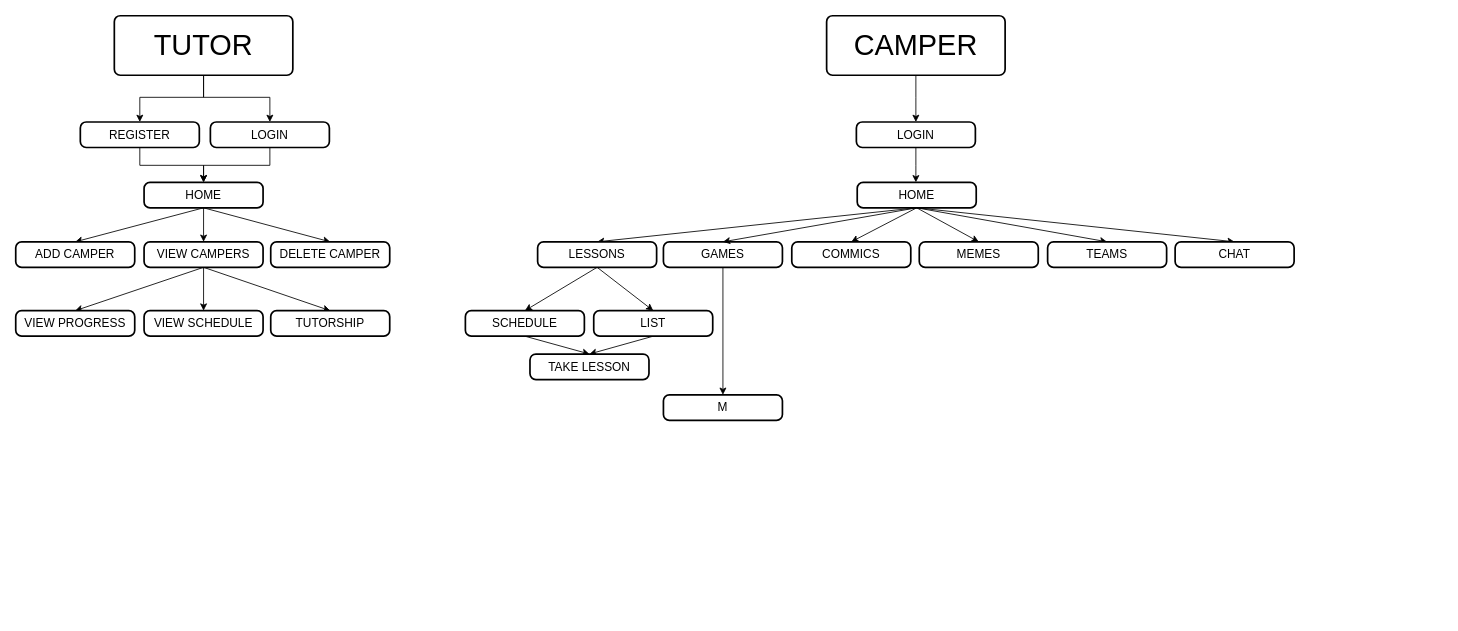
OneLifeDesigning/wellness-api keeps this draw.io diagram as bin/Tutor-flowwork.drawio. Above is the earlier version. Source tidied: cells renumbered, new cells numbered last; positions are measured from the earlier drawing's top-left corner, leaving out a move shared by most shapes. Both pictures are drawn from the tidied source at 85%, with x=0, y=0 at pixel (15, 15).
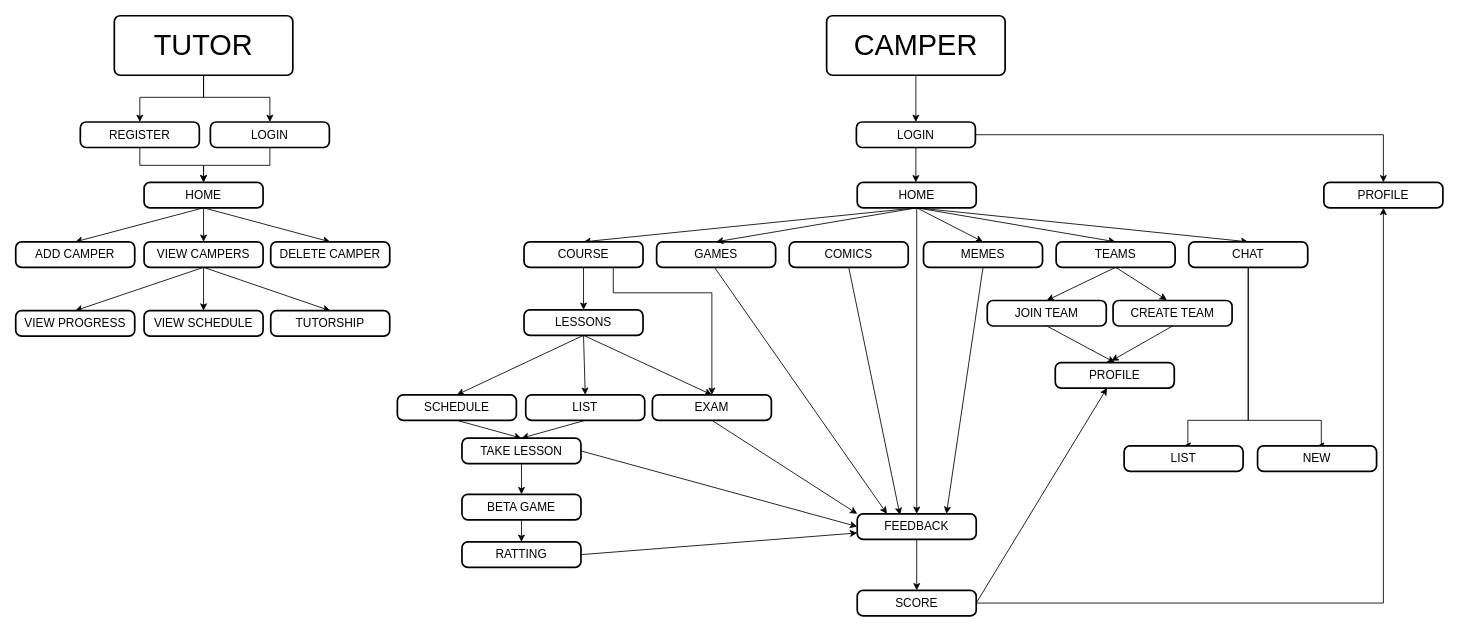
After the change.

The change refers to these unchanged cells:
```xml
<mxCell id="37" value="&lt;font style=&quot;font-size: 14px&quot;&gt;LOGIN&lt;/font&gt;" style="rounded=1;whiteSpace=wrap;html=1;absoluteArcSize=1;arcSize=14;strokeWidth=2;" parent="1" vertex="1">
  <mxGeometry x="989" y="125" width="140" height="30" as="geometry" />
</mxCell>
```

Diff of the diagram source:
```diff
@@
+    <mxCell id="48" style="edgeStyle=none;rounded=0;jettySize=auto;html=1;exitX=0.5;exitY=1;exitDx=0;exitDy=0;entryX=0.5;entryY=0;entryDx=0;entryDy=0;" parent="1" edge="1" source="2" target="75">
+      <mxGeometry relative="1" as="geometry" />
+    </mxCell>
-    <mxCell id="2" value="&lt;span style=&quot;font-size: 14px&quot;&gt;COMMICS&lt;/span&gt;" style="rounded=1;whiteSpace=wrap;html=1;absoluteArcSize=1;arcSize=14;strokeWidth=2;" parent="1" vertex="1">
-      <mxGeometry x="913" y="266" width="140" height="30" as="geometry" />
+    <mxCell id="2" value="&lt;span style=&quot;font-size: 14px&quot;&gt;FEEDBACK&lt;/span&gt;" style="rounded=1;whiteSpace=wrap;html=1;absoluteArcSize=1;arcSize=14;strokeWidth=2;" parent="1" vertex="1">
+      <mxGeometry x="990" y="586" width="140" height="30" as="geometry" />
     </mxCell>
-    <mxCell id="3" style="edgeStyle=none;rounded=0;jettySize=auto;html=1;exitX=0.5;exitY=1;exitDx=0;exitDy=0;entryX=0.5;entryY=0;entryDx=0;entryDy=0;" parent="1" edge="1" source="45" target="41">
+    <mxCell id="3" style="edgeStyle=none;rounded=0;jettySize=auto;html=1;exitX=0.5;exitY=1;exitDx=0;exitDy=0;entryX=0.5;entryY=0;entryDx=0;entryDy=0;" parent="1" edge="1" source="68" target="41">
       <mxGeometry relative="1" as="geometry" />
     </mxCell>
-    <mxCell id="4" style="edgeStyle=none;rounded=0;jettySize=auto;html=1;exitX=0.5;exitY=1;exitDx=0;exitDy=0;entryX=0.5;entryY=0;entryDx=0;entryDy=0;" parent="1" edge="1" source="5" target="47">
-      <mxGeometry relative="1" as="geometry" />
+    <mxCell id="4" style="edgeStyle=none;rounded=0;jettySize=auto;html=1;exitX=0.5;exitY=1;exitDx=0;exitDy=0;entryX=0.25;entryY=0;entryDx=0;entryDy=0;" parent="1" edge="1" target="2">
+      <mxGeometry relative="1" as="geometry">
+        <mxPoint x="822" y="296" as="sourcePoint" />
+      </mxGeometry>
     </mxCell>
     <mxCell id="5" value="&lt;span style=&quot;font-size: 14px&quot;&gt;GAMES&lt;/span&gt;" style="rounded=1;whiteSpace=wrap;html=1;absoluteArcSize=1;arcSize=14;strokeWidth=2;" parent="1" vertex="1">
-      <mxGeometry x="762" y="266" width="140" height="30" as="geometry" />
+      <mxGeometry x="754" y="266" width="140" height="30" as="geometry" />
     </mxCell>
@@
+    <mxCell id="49" style="edgeStyle=none;rounded=0;jettySize=auto;html=1;exitX=0.5;exitY=1;exitDx=0;exitDy=0;entryX=0.75;entryY=0;entryDx=0;entryDy=0;" parent="1" edge="1" source="34" target="2">
+      <mxGeometry relative="1" as="geometry" />
+    </mxCell>
     <mxCell id="34" value="&lt;span style=&quot;font-size: 14px&quot;&gt;MEMES&lt;/span&gt;" style="rounded=1;whiteSpace=wrap;html=1;absoluteArcSize=1;arcSize=14;strokeWidth=2;verticalAlign=middle;" parent="1" vertex="1">
-      <mxGeometry x="1063" y="266" width="140" height="30" as="geometry" />
+      <mxGeometry x="1068" y="266" width="140" height="30" as="geometry" />
     </mxCell>
+    <mxCell id="50" style="edgeStyle=none;rounded=0;jettySize=auto;html=1;exitX=0.5;exitY=1;exitDx=0;exitDy=0;entryX=0.5;entryY=0;entryDx=0;entryDy=0;" parent="1" edge="1" source="35" target="63">
+      <mxGeometry relative="1" as="geometry" />
+    </mxCell>
+    <mxCell id="51" style="edgeStyle=none;rounded=0;jettySize=auto;html=1;exitX=0.5;exitY=1;exitDx=0;exitDy=0;entryX=0.452;entryY=-0.018;entryDx=0;entryDy=0;entryPerimeter=0;" parent="1" edge="1" source="35" target="65">
+      <mxGeometry relative="1" as="geometry" />
+    </mxCell>
     <mxCell id="35" value="&lt;span style=&quot;font-size: 14px&quot;&gt;TEAMS&lt;/span&gt;" style="rounded=1;whiteSpace=wrap;html=1;absoluteArcSize=1;arcSize=14;strokeWidth=2;" parent="1" vertex="1">
-      <mxGeometry x="1214" y="266" width="140" height="30" as="geometry" />
+      <mxGeometry x="1224" y="266" width="140" height="30" as="geometry" />
     </mxCell>
@@
+    <mxCell id="52" style="edgeStyle=orthogonalEdgeStyle;rounded=0;jettySize=auto;html=1;exitX=1;exitY=0.5;exitDx=0;exitDy=0;entryX=0.5;entryY=0;entryDx=0;entryDy=0;" parent="1" edge="1" source="37" target="77">
+      <mxGeometry relative="1" as="geometry" />
+    </mxCell>
@@
+    <mxCell id="53" style="edgeStyle=orthogonalEdgeStyle;rounded=0;jettySize=auto;html=1;exitX=0.5;exitY=1;exitDx=0;exitDy=0;entryX=0.5;entryY=0;entryDx=0;entryDy=0;" parent="1" edge="1" source="38" target="78">
+      <mxGeometry relative="1" as="geometry">
+        <Array as="points">
+          <mxPoint x="1450" y="476" />
+          <mxPoint x="1379" y="476" />
+        </Array>
+      </mxGeometry>
+    </mxCell>
+    <mxCell id="54" style="edgeStyle=orthogonalEdgeStyle;rounded=0;jettySize=auto;html=1;exitX=0.5;exitY=1;exitDx=0;exitDy=0;entryX=0.5;entryY=0;entryDx=0;entryDy=0;" parent="1" edge="1" source="38" target="79">
+      <mxGeometry relative="1" as="geometry">
+        <Array as="points">
+          <mxPoint x="1450" y="476" />
+          <mxPoint x="1536" y="476" />
+        </Array>
+      </mxGeometry>
+    </mxCell>
     <mxCell id="38" value="&lt;span style=&quot;font-size: 14px&quot;&gt;CHAT&lt;/span&gt;" style="rounded=1;whiteSpace=wrap;html=1;absoluteArcSize=1;arcSize=14;strokeWidth=2;" parent="1" vertex="1">
-      <mxGeometry x="1364" y="266" width="140" height="30" as="geometry" />
+      <mxGeometry x="1380" y="266" width="140" height="30" as="geometry" />
     </mxCell>
@@
     <mxCell id="41" value="&lt;span style=&quot;font-size: 14px&quot;&gt;SCHEDULE&lt;/span&gt;" style="rounded=1;whiteSpace=wrap;html=1;absoluteArcSize=1;arcSize=14;strokeWidth=2;" parent="1" vertex="1">
-      <mxGeometry x="529" y="347" width="140" height="30" as="geometry" />
+      <mxGeometry x="449" y="446" width="140" height="30" as="geometry" />
     </mxCell>
@@
     <mxCell id="43" value="&lt;span style=&quot;font-size: 14px&quot;&gt;LIST&lt;/span&gt;" style="rounded=1;whiteSpace=wrap;html=1;absoluteArcSize=1;arcSize=14;strokeWidth=2;" parent="1" vertex="1">
-      <mxGeometry x="680" y="347" width="140" height="30" as="geometry" />
+      <mxGeometry x="600" y="446" width="140" height="30" as="geometry" />
     </mxCell>
-    <mxCell id="44" style="edgeStyle=none;rounded=0;jettySize=auto;html=1;exitX=0.5;exitY=1;exitDx=0;exitDy=0;entryX=0.5;entryY=0;entryDx=0;entryDy=0;" parent="1" edge="1" source="45" target="43">
+    <mxCell id="44" style="edgeStyle=none;rounded=0;jettySize=auto;html=1;exitX=0.5;exitY=1;exitDx=0;exitDy=0;entryX=0.5;entryY=0;entryDx=0;entryDy=0;" parent="1" edge="1" source="68" target="43">
       <mxGeometry relative="1" as="geometry" />
     </mxCell>
+    <mxCell id="55" style="edgeStyle=orthogonalEdgeStyle;rounded=0;jettySize=auto;html=1;exitX=0.75;exitY=1;exitDx=0;exitDy=0;" parent="1" edge="1" source="45" target="70">
+      <mxGeometry relative="1" as="geometry">
+        <Array as="points">
+          <mxPoint x="703" y="326" />
+          <mxPoint x="819" y="326" />
+        </Array>
+      </mxGeometry>
+    </mxCell>
-    <mxCell id="45" value="&lt;span style=&quot;font-size: 14px&quot;&gt;LESSONS&lt;/span&gt;" style="rounded=1;whiteSpace=wrap;html=1;absoluteArcSize=1;arcSize=14;strokeWidth=2;verticalAlign=middle;" parent="1" vertex="1">
-      <mxGeometry x="614" y="266" width="140" height="30" as="geometry" />
+    <mxCell id="45" value="&lt;span style=&quot;font-size: 14px&quot;&gt;COURSE&lt;/span&gt;" style="rounded=1;whiteSpace=wrap;html=1;absoluteArcSize=1;arcSize=14;strokeWidth=2;verticalAlign=middle;" parent="1" vertex="1">
+      <mxGeometry x="598" y="266" width="140" height="30" as="geometry" />
     </mxCell>
+    <mxCell id="56" style="edgeStyle=none;rounded=0;jettySize=auto;html=1;exitX=0.5;exitY=1;exitDx=0;exitDy=0;entryX=0.5;entryY=0;entryDx=0;entryDy=0;" parent="1" edge="1" source="46" target="59">
+      <mxGeometry relative="1" as="geometry" />
+    </mxCell>
+    <mxCell id="57" style="edgeStyle=none;rounded=0;jettySize=auto;html=1;exitX=1;exitY=0.5;exitDx=0;exitDy=0;entryX=0;entryY=0.5;entryDx=0;entryDy=0;" parent="1" edge="1" source="46" target="2">
+      <mxGeometry relative="1" as="geometry" />
+    </mxCell>
     <mxCell id="46" value="&lt;span style=&quot;font-size: 14px&quot;&gt;TAKE LESSON&lt;/span&gt;" style="rounded=1;whiteSpace=wrap;html=1;absoluteArcSize=1;arcSize=14;strokeWidth=2;" parent="1" vertex="1">
-      <mxGeometry x="605" y="398" width="140" height="30" as="geometry" />
+      <mxGeometry x="525" y="497" width="140" height="30" as="geometry" />
     </mxCell>
-    <mxCell id="47" value="&lt;span style=&quot;font-size: 14px&quot;&gt;M&lt;/span&gt;" style="rounded=1;whiteSpace=wrap;html=1;absoluteArcSize=1;arcSize=14;strokeWidth=2;" parent="1" vertex="1">
-      <mxGeometry x="762" y="446" width="140" height="30" as="geometry" />
-    </mxCell>
+    <mxCell id="58" style="edgeStyle=none;rounded=0;jettySize=auto;html=1;exitX=0.5;exitY=1;exitDx=0;exitDy=0;entryX=0.5;entryY=0;entryDx=0;entryDy=0;" parent="1" edge="1" source="59" target="61">
+      <mxGeometry relative="1" as="geometry" />
+    </mxCell>
+    <mxCell id="59" value="&lt;span style=&quot;font-size: 14px&quot;&gt;BETA GAME&lt;/span&gt;" style="rounded=1;whiteSpace=wrap;html=1;absoluteArcSize=1;arcSize=14;strokeWidth=2;" parent="1" vertex="1">
+      <mxGeometry x="525" y="563" width="140" height="30" as="geometry" />
+    </mxCell>
+    <mxCell id="60" style="edgeStyle=none;rounded=0;jettySize=auto;html=1;exitX=1;exitY=0.5;exitDx=0;exitDy=0;entryX=0;entryY=0.75;entryDx=0;entryDy=0;" parent="1" edge="1" source="61" target="2">
+      <mxGeometry relative="1" as="geometry" />
+    </mxCell>
+    <mxCell id="61" value="&lt;span style=&quot;font-size: 14px&quot;&gt;RATTING&lt;/span&gt;" style="rounded=1;whiteSpace=wrap;html=1;absoluteArcSize=1;arcSize=14;strokeWidth=2;" parent="1" vertex="1">
+      <mxGeometry x="525" y="619" width="140" height="30" as="geometry" />
+    </mxCell>
+    <mxCell id="62" style="edgeStyle=none;rounded=0;jettySize=auto;html=1;exitX=0.5;exitY=1;exitDx=0;exitDy=0;entryX=0.5;entryY=0;entryDx=0;entryDy=0;" parent="1" edge="1" source="63" target="76">
+      <mxGeometry relative="1" as="geometry" />
+    </mxCell>
+    <mxCell id="63" value="&lt;span style=&quot;font-size: 14px&quot;&gt;JOIN TEAM&lt;/span&gt;" style="rounded=1;whiteSpace=wrap;html=1;absoluteArcSize=1;arcSize=14;strokeWidth=2;" parent="1" vertex="1">
+      <mxGeometry x="1143" y="335" width="140" height="30" as="geometry" />
+    </mxCell>
+    <mxCell id="64" style="edgeStyle=none;rounded=0;jettySize=auto;html=1;exitX=0.5;exitY=1;exitDx=0;exitDy=0;" parent="1" edge="1" source="65">
+      <mxGeometry relative="1" as="geometry">
+        <mxPoint x="1289" y="406" as="targetPoint" />
+      </mxGeometry>
+    </mxCell>
+    <mxCell id="65" value="&lt;span style=&quot;font-size: 14px&quot;&gt;CREATE TEAM&lt;/span&gt;" style="rounded=1;whiteSpace=wrap;html=1;absoluteArcSize=1;arcSize=14;strokeWidth=2;" parent="1" vertex="1">
+      <mxGeometry x="1291" y="335" width="140" height="30" as="geometry" />
+    </mxCell>
+    <mxCell id="66" style="edgeStyle=none;rounded=0;jettySize=auto;html=1;" parent="1" edge="1" source="45" target="68">
+      <mxGeometry relative="1" as="geometry" />
+    </mxCell>
+    <mxCell id="67" style="edgeStyle=none;rounded=0;jettySize=auto;html=1;exitX=0.5;exitY=1;exitDx=0;exitDy=0;entryX=0.5;entryY=0;entryDx=0;entryDy=0;" parent="1" edge="1" source="68" target="70">
+      <mxGeometry relative="1" as="geometry" />
+    </mxCell>
+    <mxCell id="68" value="&lt;span style=&quot;font-size: 14px&quot;&gt;LESSONS&lt;/span&gt;" style="rounded=1;whiteSpace=wrap;html=1;absoluteArcSize=1;arcSize=14;strokeWidth=2;verticalAlign=middle;" parent="1" vertex="1">
+      <mxGeometry x="598" y="346" width="140" height="30" as="geometry" />
+    </mxCell>
+    <mxCell id="69" style="edgeStyle=none;rounded=0;jettySize=auto;html=1;exitX=0.5;exitY=1;exitDx=0;exitDy=0;entryX=0;entryY=0;entryDx=0;entryDy=0;" parent="1" edge="1" source="70" target="2">
+      <mxGeometry relative="1" as="geometry" />
+    </mxCell>
+    <mxCell id="70" value="&lt;span style=&quot;font-size: 14px&quot;&gt;EXAM&lt;/span&gt;" style="rounded=1;whiteSpace=wrap;html=1;absoluteArcSize=1;arcSize=14;strokeWidth=2;" parent="1" vertex="1">
+      <mxGeometry x="749" y="446" width="140" height="30" as="geometry" />
+    </mxCell>
+    <mxCell id="71" style="edgeStyle=none;rounded=0;jettySize=auto;html=1;exitX=0.5;exitY=1;exitDx=0;exitDy=0;entryX=0.359;entryY=0.043;entryDx=0;entryDy=0;entryPerimeter=0;" parent="1" edge="1" source="72" target="2">
+      <mxGeometry relative="1" as="geometry" />
+    </mxCell>
+    <mxCell id="72" value="&lt;span style=&quot;font-size: 14px&quot;&gt;COMICS&lt;/span&gt;" style="rounded=1;whiteSpace=wrap;html=1;absoluteArcSize=1;arcSize=14;strokeWidth=2;" parent="1" vertex="1">
+      <mxGeometry x="910" y="266" width="140" height="30" as="geometry" />
+    </mxCell>
+    <mxCell id="73" style="edgeStyle=none;rounded=0;jettySize=auto;html=1;exitX=1;exitY=0.5;exitDx=0;exitDy=0;" parent="1" edge="1" source="75" target="76">
+      <mxGeometry relative="1" as="geometry" />
+    </mxCell>
+    <mxCell id="74" style="edgeStyle=orthogonalEdgeStyle;rounded=0;jettySize=auto;html=1;exitX=1;exitY=0.5;exitDx=0;exitDy=0;entryX=0.5;entryY=1;entryDx=0;entryDy=0;" parent="1" edge="1" source="75" target="77">
+      <mxGeometry relative="1" as="geometry" />
+    </mxCell>
+    <mxCell id="75" value="&lt;span style=&quot;font-size: 14px&quot;&gt;SCORE&lt;/span&gt;" style="rounded=1;whiteSpace=wrap;html=1;absoluteArcSize=1;arcSize=14;strokeWidth=2;" parent="1" vertex="1">
+      <mxGeometry x="990" y="676" width="140" height="30" as="geometry" />
+    </mxCell>
+    <mxCell id="76" value="&lt;span style=&quot;font-size: 14px&quot;&gt;PROFILE&lt;/span&gt;" style="rounded=1;whiteSpace=wrap;html=1;absoluteArcSize=1;arcSize=14;strokeWidth=2;" parent="1" vertex="1">
+      <mxGeometry x="1223" y="408" width="140" height="30" as="geometry" />
+    </mxCell>
+    <mxCell id="77" value="&lt;span style=&quot;font-size: 14px&quot;&gt;PROFILE&lt;/span&gt;" style="rounded=1;whiteSpace=wrap;html=1;absoluteArcSize=1;arcSize=14;strokeWidth=2;verticalAlign=middle;" parent="1" vertex="1">
+      <mxGeometry x="1539" y="196" width="140" height="30" as="geometry" />
+    </mxCell>
+    <mxCell id="78" value="&lt;span style=&quot;font-size: 14px&quot;&gt;LIST&lt;/span&gt;" style="rounded=1;whiteSpace=wrap;html=1;absoluteArcSize=1;arcSize=14;strokeWidth=2;" parent="1" vertex="1">
+      <mxGeometry x="1304" y="506" width="140" height="30" as="geometry" />
+    </mxCell>
+    <mxCell id="79" value="&lt;span style=&quot;font-size: 14px&quot;&gt;NEW&lt;/span&gt;" style="rounded=1;whiteSpace=wrap;html=1;absoluteArcSize=1;arcSize=14;strokeWidth=2;" parent="1" vertex="1">
+      <mxGeometry x="1461" y="506" width="140" height="30" as="geometry" />
+    </mxCell>
```
